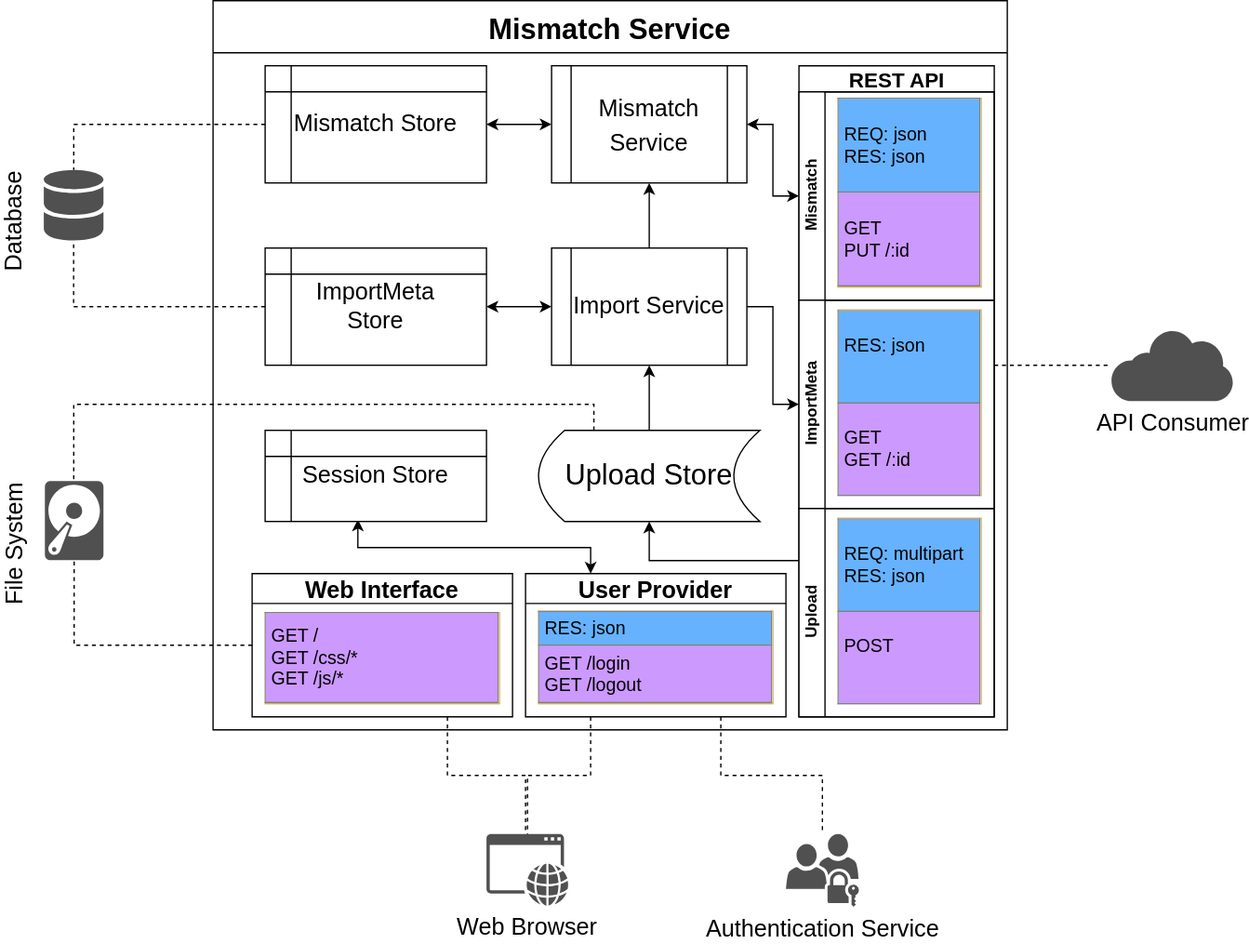
wmde/wikidata-mismatch-finder keeps this draw.io diagram as diagrams/mismatch_service.drawio.svg. Above is the earlier version. Source tidied: cells renumbered, new cells last; positions are measured from the earlier drawing's top-left corner, leaving out a move shared by most shapes.
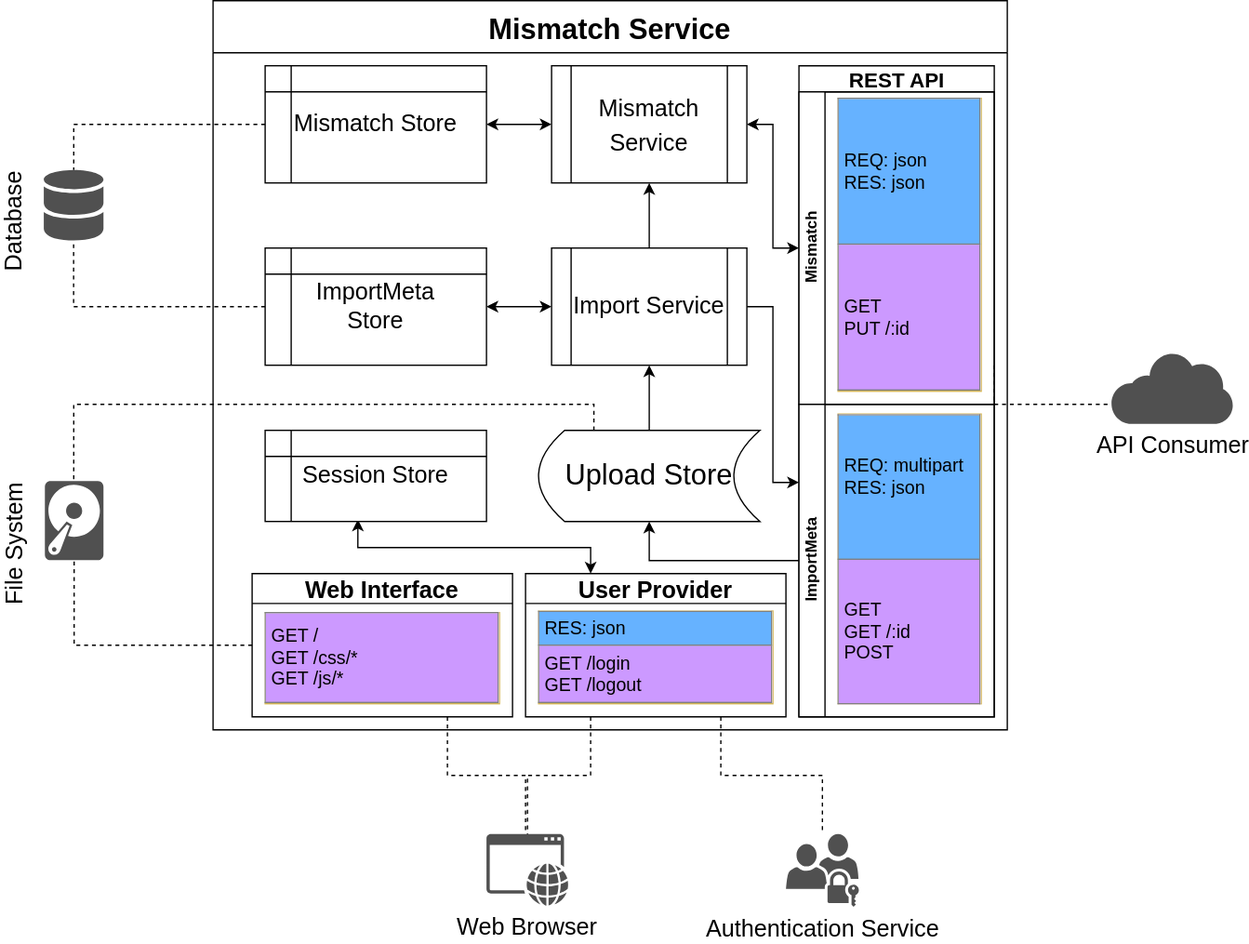
Later version of the same file.

Commit message:
Update diagrams to match API Specs

Diff of the diagram source:
```diff
@@ -9,23 +9,17 @@
       <mxGeometry x="450" y="50" width="150" height="500" as="geometry" />
     </mxCell>
     <mxCell id="4" value="Mismatch" style="swimlane;html=1;startSize=20;horizontal=0;" parent="3" vertex="1">
-      <mxGeometry y="20" width="150" height="160" as="geometry" />
+      <mxGeometry y="20" width="150" height="240" as="geometry" />
     </mxCell>
     <mxCell id="5" value="&lt;table border=&quot;1&quot; width=&quot;100%&quot; cellpadding=&quot;4&quot; style=&quot;width: 100% ; height: 100% ; border-collapse: collapse ; font-size: 14px&quot;&gt;&lt;tbody&gt;&lt;tr&gt;&lt;td style=&quot;background-color: rgb(102 , 178 , 255)&quot;&gt;REQ: json&lt;br&gt;RES: json&lt;/td&gt;&lt;/tr&gt;&lt;tr&gt;&lt;td style=&quot;background-color: rgb(204 , 153 , 255)&quot;&gt;GET&lt;br&gt;PUT /:id&lt;/td&gt;&lt;/tr&gt;&lt;/tbody&gt;&lt;/table&gt;" style="text;html=1;strokeColor=#d6b656;overflow=fill;fontSize=22;labelBackgroundColor=#ffffff;fillColor=#ffffff;" parent="4" vertex="1">
-      <mxGeometry x="30" y="5" width="110" height="145" as="geometry" />
+      <mxGeometry x="30" y="5" width="110" height="225" as="geometry" />
     </mxCell>
     <mxCell id="6" value="ImportMeta" style="swimlane;html=1;startSize=20;horizontal=0;" parent="3" vertex="1">
-      <mxGeometry y="180" width="150" height="160" as="geometry" />
+      <mxGeometry y="260" width="150" height="240" as="geometry" />
     </mxCell>
-    <mxCell id="7" value="&lt;table border=&quot;1&quot; width=&quot;100%&quot; cellpadding=&quot;4&quot; style=&quot;width: 100% ; height: 100% ; border-collapse: collapse ; font-size: 14px&quot;&gt;&lt;tbody&gt;&lt;tr&gt;&lt;td style=&quot;background-color: rgb(102 , 178 , 255)&quot;&gt;RES: json&lt;br&gt;&lt;br&gt;&lt;/td&gt;&lt;/tr&gt;&lt;tr&gt;&lt;td style=&quot;background-color: rgb(204 , 153 , 255)&quot;&gt;GET&lt;br&gt;GET /:id&lt;br&gt;&lt;/td&gt;&lt;/tr&gt;&lt;/tbody&gt;&lt;/table&gt;" style="text;html=1;strokeColor=#d6b656;overflow=fill;fontSize=22;labelBackgroundColor=#ffffff;fillColor=#ffffff;" parent="6" vertex="1">
-      <mxGeometry x="30" y="7.5" width="110" height="142.5" as="geometry" />
+    <mxCell id="7" value="&lt;table border=&quot;1&quot; width=&quot;100%&quot; cellpadding=&quot;4&quot; style=&quot;width: 100% ; height: 100% ; border-collapse: collapse ; font-size: 14px&quot;&gt;&lt;tbody&gt;&lt;tr&gt;&lt;td style=&quot;background-color: rgb(102 , 178 , 255)&quot;&gt;REQ: multipart&lt;br&gt;RES: json&lt;br&gt;&lt;br&gt;&lt;/td&gt;&lt;/tr&gt;&lt;tr&gt;&lt;td style=&quot;background-color: rgb(204 , 153 , 255)&quot;&gt;GET&lt;br&gt;GET /:id&lt;br&gt;POST&lt;br&gt;&lt;/td&gt;&lt;/tr&gt;&lt;/tbody&gt;&lt;/table&gt;" style="text;html=1;strokeColor=#d6b656;overflow=fill;fontSize=22;labelBackgroundColor=#ffffff;fillColor=#ffffff;" parent="6" vertex="1">
+      <mxGeometry x="30" y="7.5" width="110" height="222.5" as="geometry" />
     </mxCell>
-    <mxCell id="8" value="Upload" style="swimlane;html=1;startSize=20;horizontal=0;" parent="3" vertex="1">
-      <mxGeometry y="340" width="150" height="160" as="geometry" />
-    </mxCell>
-    <mxCell id="9" value="&lt;table border=&quot;1&quot; width=&quot;100%&quot; cellpadding=&quot;4&quot; style=&quot;width: 100% ; height: 100% ; border-collapse: collapse ; font-size: 14px&quot;&gt;&lt;tbody&gt;&lt;tr&gt;&lt;td style=&quot;background-color: rgb(102 , 178 , 255)&quot;&gt;REQ: multipart&lt;br&gt;RES: json&lt;/td&gt;&lt;/tr&gt;&lt;tr&gt;&lt;td style=&quot;background-color: rgb(204 , 153 , 255)&quot;&gt;POST&lt;br&gt;&lt;br&gt;&lt;/td&gt;&lt;/tr&gt;&lt;/tbody&gt;&lt;/table&gt;" style="text;html=1;strokeColor=#d6b656;overflow=fill;fontSize=22;labelBackgroundColor=#ffffff;fillColor=#ffffff;" parent="8" vertex="1">
-      <mxGeometry x="30" y="7.5" width="110" height="142.5" as="geometry" />
-    </mxCell>
     <mxCell id="10" style="edgeStyle=orthogonalEdgeStyle;rounded=0;jettySize=auto;html=1;exitX=0;exitY=0.5;exitDx=0;exitDy=0;entryX=1;entryY=0.5;entryDx=0;entryDy=0;startArrow=classic;startFill=1;fontSize=18;" parent="2" edge="1" source="11" target="15">
       <mxGeometry relative="1" as="geometry" />
     </mxCell>
@@ -35,7 +29,7 @@
     <mxCell id="12" style="edgeStyle=orthogonalEdgeStyle;rounded=0;jettySize=auto;html=1;exitX=0.5;exitY=0;exitDx=0;exitDy=0;entryX=0.5;entryY=1;entryDx=0;entryDy=0;startArrow=none;startFill=0;fontSize=18;endArrow=classic;endFill=1;" parent="2" edge="1" source="14" target="11">
       <mxGeometry relative="1" as="geometry" />
     </mxCell>
-    <mxCell id="13" style="edgeStyle=orthogonalEdgeStyle;rounded=0;jettySize=auto;html=1;exitX=1;exitY=0.5;exitDx=0;exitDy=0;entryX=0;entryY=0.5;entryDx=0;entryDy=0;startArrow=none;startFill=0;fontSize=18;" parent="2" edge="1" source="14" target="6">
+    <mxCell id="13" style="edgeStyle=orthogonalEdgeStyle;rounded=0;jettySize=auto;html=1;exitX=1;exitY=0.5;exitDx=0;exitDy=0;entryX=0;entryY=0.25;entryDx=0;entryDy=0;startArrow=none;startFill=0;fontSize=18;" parent="2" edge="1" source="14" target="6">
       <mxGeometry relative="1" as="geometry" />
     </mxCell>
     <mxCell id="14" value="Import Service" style="shape=process;whiteSpace=wrap;html=1;backgroundOutline=1;labelBackgroundColor=none;fillColor=#ffffff;fontSize=18;" parent="2" vertex="1">
@@ -71,8 +65,10 @@
     <mxCell id="24" value="&lt;table border=&quot;1&quot; width=&quot;100%&quot; cellpadding=&quot;4&quot; style=&quot;width: 100% ; height: 100% ; border-collapse: collapse ; font-size: 14px&quot;&gt;&lt;tbody&gt;&lt;tr&gt;&lt;td style=&quot;background-color: rgb(204 , 153 , 255)&quot;&gt;GET /&lt;br&gt;GET /css/*&lt;br&gt;GET /js/*&lt;/td&gt;&lt;/tr&gt;&lt;/tbody&gt;&lt;/table&gt;" style="text;html=1;strokeColor=#d6b656;overflow=fill;fontSize=22;labelBackgroundColor=#ffffff;fillColor=#ffffff;" parent="23" vertex="1">
       <mxGeometry x="10" y="30" width="180" height="70" as="geometry" />
     </mxCell>
-    <mxCell id="25" style="edgeStyle=orthogonalEdgeStyle;rounded=0;jettySize=auto;html=1;exitX=0;exitY=0.25;exitDx=0;exitDy=0;entryX=0.5;entryY=1;entryDx=0;entryDy=0;fontSize=18;" parent="2" edge="1" source="8" target="19">
-      <mxGeometry relative="1" as="geometry" />
+    <mxCell id="25" style="edgeStyle=orthogonalEdgeStyle;rounded=0;jettySize=auto;html=1;exitX=0;exitY=0.25;exitDx=0;exitDy=0;entryX=0.5;entryY=1;entryDx=0;entryDy=0;fontSize=18;" parent="2" edge="1" target="19">
+      <mxGeometry relative="1" as="geometry">
+        <mxPoint x="450" y="430" as="sourcePoint" />
+      </mxGeometry>
     </mxCell>
     <mxCell id="26" value="Session Store" style="shape=internalStorage;whiteSpace=wrap;html=1;backgroundOutline=1;labelBackgroundColor=none;fillColor=#ffffff;fontSize=18;" parent="2" vertex="1">
       <mxGeometry x="40" y="330" width="170" height="70" as="geometry" />
@@ -81,7 +77,7 @@
       <mxGeometry relative="1" as="geometry" />
     </mxCell>
     <mxCell id="28" value="API Consumer" style="shadow=0;dashed=0;html=1;strokeColor=none;fillColor=#505050;labelPosition=center;verticalLabelPosition=bottom;outlineConnect=0;verticalAlign=top;align=center;shape=mxgraph.office.clouds.private_cloud;labelBackgroundColor=none;fontSize=18;" parent="1" vertex="1">
-      <mxGeometry x="820" y="252.5" width="94" height="55" as="geometry" />
+      <mxGeometry x="820" y="270" width="94" height="55" as="geometry" />
     </mxCell>
     <mxCell id="29" value="Database" style="shadow=0;dashed=0;html=1;strokeColor=none;fillColor=#505050;labelPosition=left;verticalLabelPosition=middle;verticalAlign=middle;outlineConnect=0;align=right;shape=mxgraph.office.databases.database_mini_2;labelBackgroundColor=none;fontSize=18;horizontal=0;" parent="1" vertex="1">
       <mxGeometry y="130" width="45.8" height="55" as="geometry" />
@@ -110,7 +106,8 @@
       <mxGeometry relative="1" as="geometry">
         <mxPoint x="730" y="280" as="sourcePoint" />
         <Array as="points">
-          <mxPoint x="730" y="280" />
+          <mxPoint x="730" y="310" />
+          <mxPoint x="867" y="310" />
         </Array>
       </mxGeometry>
     </mxCell>
```
